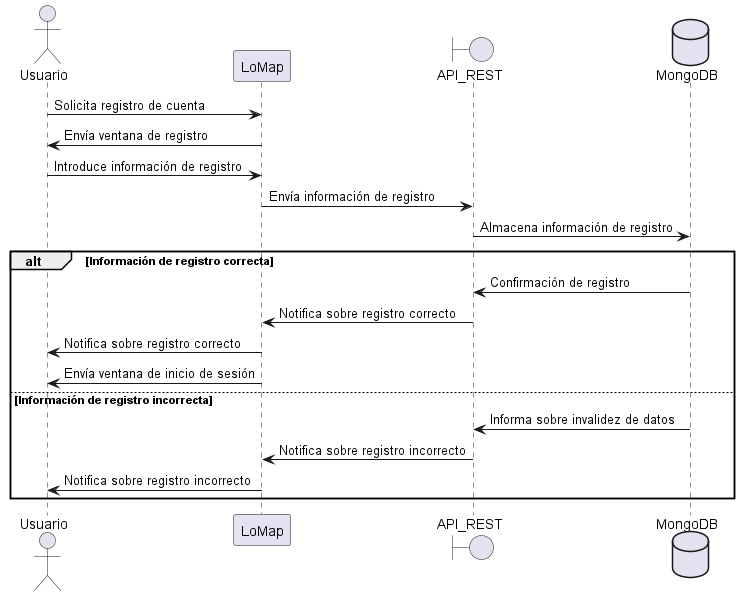
Earlier version of the PlantUML export images/Sequence diagram.png (Arquisoft/lomap_es3c).
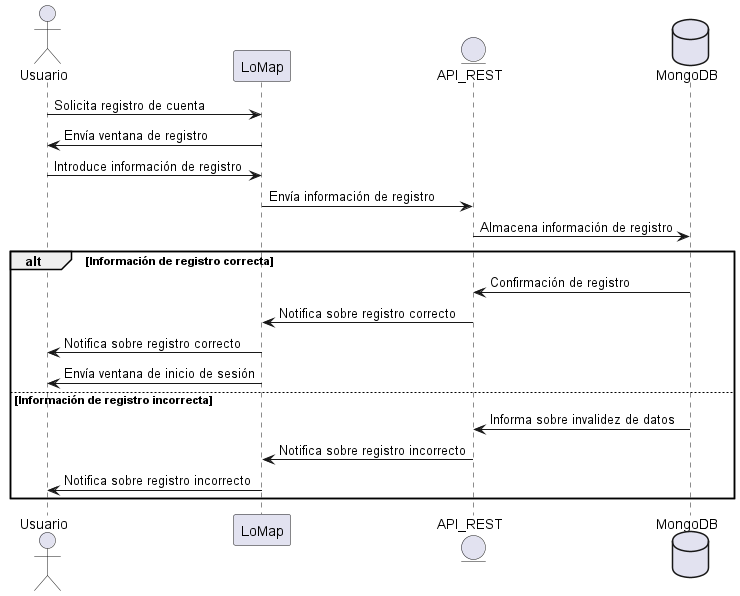
After the commit.

What changed in the source:
```diff
@@ -1,7 +1,7 @@
 @startuml
 actor Usuario
 Usuario -> LoMap: Solicita registro de cuenta
-boundary API_REST
+entity API_REST
 database MongoDB as "MongoDB"
 LoMap-> Usuario: Envía ventana de registro
 Usuario -> LoMap: Introduce información de registro
```
